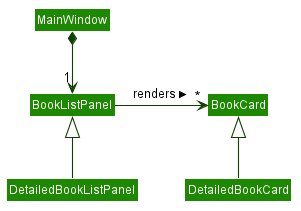
This is docs/images/UiViewClassDiagram.png from pennhanlee/tp, a PlantUML export, as it was before one commit. Its diagram source:
```plantuml
@startuml








skinparam BackgroundColor #FFFFFFF

skinparam Shadowing false

skinparam Class {
    FontColor #FFFFFF
    BorderThickness 1
    BorderColor #FFFFFF
    StereotypeFontColor #FFFFFF
    FontName Arial
}

skinparam Actor {
    BorderColor #000000
    Color #000000
    FontName Arial
}

skinparam Sequence {
    MessageAlign center
    BoxFontSize 15
    BoxPadding 0
    BoxFontColor #FFFFFF
    FontName Arial
}

skinparam Participant {
    FontColor #FFFFFFF
    Padding 20
}

skinparam MinClassWidth 50
skinparam ParticipantPadding 10
skinparam Shadowing false
skinparam DefaultTextAlignment center
skinparam packageStyle Rectangle

hide footbox
hide members
hide circle
skinparam arrowThickness 1.1
skinparam arrowColor #0E4100
skinparam classBackgroundColor #1D8900

class MainWindow
class BookListPanel
class DetailedBookListPanel
class BookCard
class DetailedBookCard

MainWindow *-down-> "1" BookListPanel
BookListPanel -right-> "*" BookCard : renders >
DetailedBookListPanel -up-|> BookListPanel
DetailedBookCard -up-|> BookCard


@enduml
```
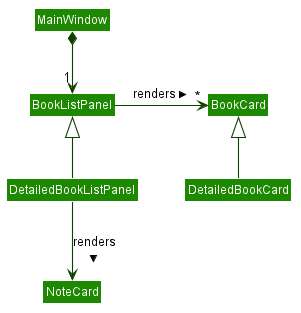
Above is the later version.

Diff of the diagram source:
```diff
@@ -1,4 +1,5 @@
 @startuml
+
 
 
 
@@ -56,11 +57,12 @@
 class DetailedBookListPanel
 class BookCard
 class DetailedBookCard
+class NoteCard
 
 MainWindow *-down-> "1" BookListPanel
 BookListPanel -right-> "*" BookCard : renders >
 DetailedBookListPanel -up-|> BookListPanel
 DetailedBookCard -up-|> BookCard
-
+DetailedBookListPanel -down-> NoteCard : renders >
 
 @enduml
```
